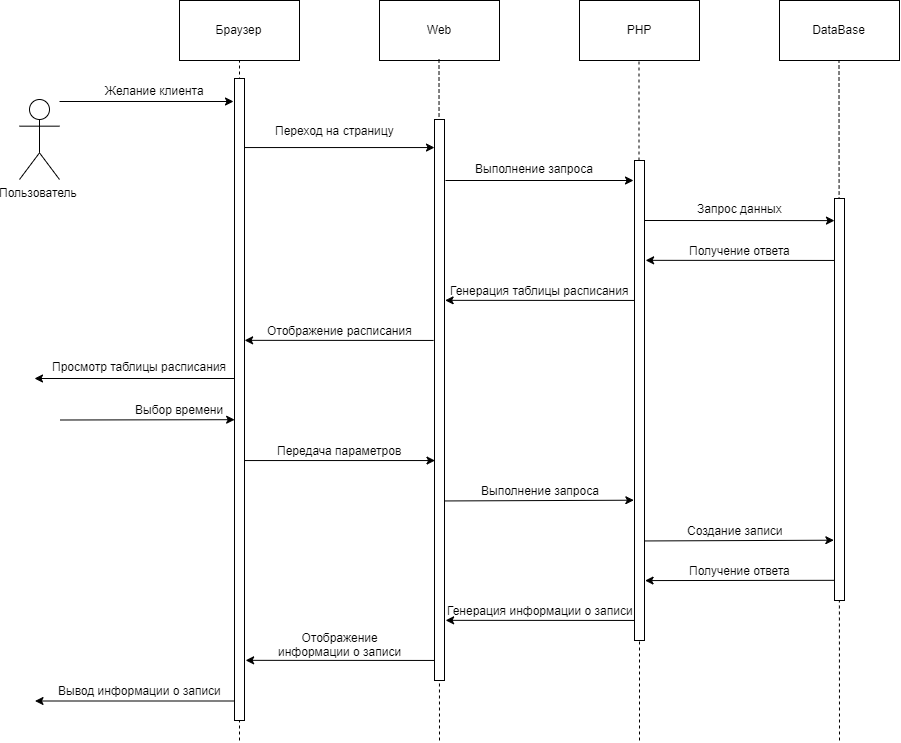
Earlier version of the draw.io export Диаграммы/Диаграмма последовательности записи.png (AntonRakov/vkr). Source tidied: cells renumbered, new cells last; positions are measured from the earlier drawing's top-left corner, leaving out a move shared by most shapes.
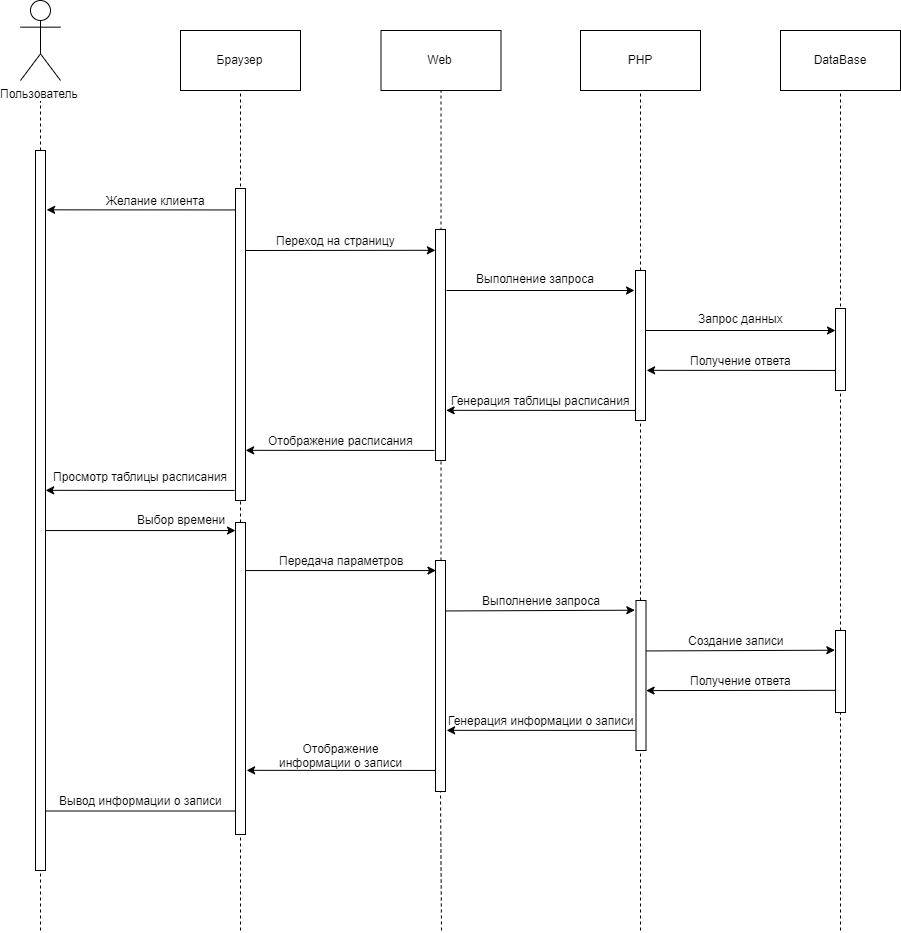
After the change.

What changed in the source:
```diff
@@ -2,33 +2,34 @@
   <root>
     <mxCell id="0" />
     <mxCell id="1" parent="0" />
+    <mxCell id="48" style="endArrow=none;dashed=1;html=1;" parent="1" edge="1">
+      <mxGeometry relative="1" as="geometry">
+        <mxPoint x="20" y="820" as="sourcePoint" />
+        <mxPoint x="20" y="-10" as="targetPoint" />
+      </mxGeometry>
+    </mxCell>
     <mxCell id="2" value="Пользователь" style="shape=umlActor;verticalLabelPosition=bottom;labelBackgroundColor=#ffffff;verticalAlign=top;html=1;" parent="1" vertex="1">
-      <mxGeometry y="99" width="40" height="80" as="geometry" />
+      <mxGeometry y="-110" width="40" height="80" as="geometry" />
     </mxCell>
     <mxCell id="3" value="Браузер" style="rounded=0;whiteSpace=wrap;html=1;" parent="1" vertex="1">
-      <mxGeometry x="160" width="120" height="60" as="geometry" />
+      <mxGeometry x="160" y="-80" width="120" height="60" as="geometry" />
     </mxCell>
     <mxCell id="4" value="PHP" style="rounded=0;whiteSpace=wrap;html=1;" parent="1" vertex="1">
-      <mxGeometry x="560" width="120" height="60" as="geometry" />
+      <mxGeometry x="560" y="-80" width="120" height="60" as="geometry" />
     </mxCell>
     <mxCell id="5" value="DataBase" style="rounded=0;whiteSpace=wrap;html=1;" parent="1" vertex="1">
-      <mxGeometry x="760" width="120" height="60" as="geometry" />
+      <mxGeometry x="760" y="-80" width="120" height="60" as="geometry" />
     </mxCell>
     <mxCell id="6" style="endArrow=none;dashed=1;html=1;entryX=0.5;entryY=1;entryDx=0;entryDy=0;" parent="1" edge="1" target="3">
       <mxGeometry relative="1" as="geometry">
-        <mxPoint x="220" y="740" as="sourcePoint" />
+        <mxPoint x="220" y="820" as="sourcePoint" />
       </mxGeometry>
     </mxCell>
-    <mxCell id="7" style="endArrow=none;dashed=1;html=1;entryX=0.5;entryY=1;entryDx=0;entryDy=0;" parent="1" edge="1" source="28">
-      <mxGeometry relative="1" as="geometry">
-        <mxPoint x="619.5" y="60" as="targetPoint" />
-      </mxGeometry>
+    <mxCell id="7" style="endArrow=none;dashed=1;html=1;entryX=0.5;entryY=1;entryDx=0;entryDy=0;" parent="1" edge="1" source="28" target="4">
+      <mxGeometry relative="1" as="geometry" />
     </mxCell>
-    <mxCell id="8" style="endArrow=none;dashed=1;html=1;entryX=0.5;entryY=1;entryDx=0;entryDy=0;" parent="1" edge="1">
-      <mxGeometry relative="1" as="geometry">
-        <mxPoint x="820" y="740" as="sourcePoint" />
-        <mxPoint x="819.5" y="60" as="targetPoint" />
-      </mxGeometry>
+    <mxCell id="8" style="endArrow=none;dashed=1;html=1;entryX=0.5;entryY=1;entryDx=0;entryDy=0;" parent="1" edge="1" source="57" target="5">
+      <mxGeometry relative="1" as="geometry" />
     </mxCell>
     <mxCell id="9" value="Желание клиента" style="text;html=1;align=center;verticalAlign=middle;" parent="1" vertex="1">
       <mxGeometry x="80" y="80" width="110" height="20" as="geometry" />
@@ -54,44 +55,25 @@
     <mxCell id="16" value="Создание записи" style="text;html=1;align=center;verticalAlign=middle;" parent="1" vertex="1">
       <mxGeometry x="660.5" y="520" width="110" height="20" as="geometry" />
     </mxCell>
-    <mxCell id="17" style="edgeStyle=orthogonalEdgeStyle;rounded=0;orthogonalLoop=1;jettySize=auto;html=1;endArrow=none;endFill=0;startArrow=classic;startFill=1;" parent="1" edge="1">
-      <mxGeometry relative="1" as="geometry">
-        <mxPoint x="15" y="378" as="sourcePoint" />
-        <mxPoint x="215" y="378" as="targetPoint" />
-      </mxGeometry>
-    </mxCell>
     <mxCell id="18" value="Просмотр таблицы расписания" style="text;html=1;align=center;verticalAlign=middle;" parent="1" vertex="1">
       <mxGeometry x="25" y="356" width="190" height="20" as="geometry" />
     </mxCell>
     <mxCell id="19" style="html=1;points=[];perimeter=orthogonalPerimeter;" parent="1" vertex="1">
-      <mxGeometry x="215" y="78" width="10" height="642" as="geometry" />
+      <mxGeometry x="215" y="78" width="10" height="312" as="geometry" />
     </mxCell>
-    <mxCell id="20" style="endArrow=classic;html=1;entryX=-0.036;entryY=0.545;entryDx=0;entryDy=0;entryPerimeter=0;" parent="1" edge="1">
-      <mxGeometry relative="1" as="geometry">
-        <mxPoint x="40.5" y="419.5" as="sourcePoint" />
-        <mxPoint x="215.1" y="419.2" as="targetPoint" />
-      </mxGeometry>
-    </mxCell>
-    <mxCell id="21" style="endArrow=classic;html=1;" parent="1" edge="1">
-      <mxGeometry relative="1" as="geometry">
-        <mxPoint x="40" y="101" as="sourcePoint" />
-        <mxPoint x="214" y="101" as="targetPoint" />
-      </mxGeometry>
-    </mxCell>
     <mxCell id="22" value="Web" style="rounded=0;whiteSpace=wrap;html=1;" parent="1" vertex="1">
-      <mxGeometry x="360" width="120" height="60" as="geometry" />
+      <mxGeometry x="360.5" y="-80" width="120" height="60" as="geometry" />
     </mxCell>
-    <mxCell id="23" style="endArrow=none;dashed=1;html=1;entryX=0.5;entryY=1;entryDx=0;entryDy=0;" parent="1" edge="1">
-      <mxGeometry relative="1" as="geometry">
-        <mxPoint x="420" y="740" as="sourcePoint" />
-        <mxPoint x="419.5" y="59" as="targetPoint" />
-      </mxGeometry>
+    <mxCell id="23" style="endArrow=none;dashed=1;html=1;entryX=0.5;entryY=1;entryDx=0;entryDy=0;" parent="1" edge="1" source="54" target="22">
+      <mxGeometry relative="1" as="geometry" />
     </mxCell>
     <mxCell id="24" style="html=1;points=[];perimeter=orthogonalPerimeter;" parent="1" vertex="1">
-      <mxGeometry x="415" y="119" width="10" height="561" as="geometry" />
+      <mxGeometry x="415" y="119" width="10" height="231" as="geometry" />
     </mxCell>
-    <mxCell id="25" style="endArrow=classic;html=1;entryX=0;entryY=0.05;entryDx=0;entryDy=0;entryPerimeter=0;exitX=1.013;exitY=0.127;exitDx=0;exitDy=0;exitPerimeter=0;" parent="1" edge="1" source="19" target="24">
-      <mxGeometry relative="1" as="geometry" />
+    <mxCell id="25" style="endArrow=classic;html=1;entryX=-0.012;entryY=0.09;entryDx=0;entryDy=0;entryPerimeter=0;" parent="1" edge="1" target="24">
+      <mxGeometry relative="1" as="geometry">
+        <mxPoint x="225" y="140" as="sourcePoint" />
+      </mxGeometry>
     </mxCell>
     <mxCell id="26" value="Переход на страницу" style="text;html=1;align=center;verticalAlign=middle;" parent="1" vertex="1">
       <mxGeometry x="250" y="120" width="130" height="20" as="geometry" />
@@ -103,15 +85,15 @@
       </mxGeometry>
     </mxCell>
     <mxCell id="28" style="html=1;points=[];perimeter=orthogonalPerimeter;" parent="1" vertex="1">
-      <mxGeometry x="615" y="160" width="10" height="480" as="geometry" />
+      <mxGeometry x="615" y="160" width="10" height="150" as="geometry" />
     </mxCell>
     <mxCell id="29" style="endArrow=none;dashed=1;html=1;entryX=0.5;entryY=1;entryDx=0;entryDy=0;" parent="1" edge="1" target="28">
       <mxGeometry relative="1" as="geometry">
-        <mxPoint x="620" y="740" as="sourcePoint" />
+        <mxPoint x="620" y="820" as="sourcePoint" />
       </mxGeometry>
     </mxCell>
     <mxCell id="30" style="html=1;points=[];perimeter=orthogonalPerimeter;" parent="1" vertex="1">
-      <mxGeometry x="815" y="198" width="10" height="402" as="geometry" />
+      <mxGeometry x="815" y="198" width="10" height="82" as="geometry" />
     </mxCell>
     <mxCell id="31" style="endArrow=classic;html=1;entryX=1.062;entryY=0.312;entryDx=0;entryDy=0;entryPerimeter=0;exitX=-0.042;exitY=0.256;exitDx=0;exitDy=0;exitPerimeter=0;" parent="1" edge="1">
       <mxGeometry relative="1" as="geometry">
@@ -158,9 +140,10 @@
         <mxPoint x="625.6" y="580.1" as="targetPoint" />
       </mxGeometry>
     </mxCell>
-    <mxCell id="40" style="endArrow=classic;html=1;entryX=-0.002;entryY=0.055;entryDx=0;entryDy=0;entryPerimeter=0;" parent="1" edge="1" target="30">
+    <mxCell id="40" style="endArrow=classic;html=1;" parent="1" edge="1">
       <mxGeometry relative="1" as="geometry">
         <mxPoint x="625" y="220" as="sourcePoint" />
+        <mxPoint x="815" y="220" as="targetPoint" />
       </mxGeometry>
     </mxCell>
     <mxCell id="41" style="endArrow=classic;html=1;entryX=1.062;entryY=0.312;entryDx=0;entryDy=0;entryPerimeter=0;exitX=-0.042;exitY=0.256;exitDx=0;exitDy=0;exitPerimeter=0;" parent="1" edge="1">
@@ -196,5 +179,48 @@
     <mxCell id="47" value="Вывод информации о записи" style="text;html=1;align=center;verticalAlign=middle;" parent="1" vertex="1">
       <mxGeometry x="30.5" y="680" width="180" height="20" as="geometry" />
     </mxCell>
+    <mxCell id="49" style="endArrow=classic;html=1;entryX=1.062;entryY=0.312;entryDx=0;entryDy=0;entryPerimeter=0;exitX=-0.042;exitY=0.256;exitDx=0;exitDy=0;exitPerimeter=0;" parent="1" edge="1">
+      <mxGeometry relative="1" as="geometry">
+        <mxPoint x="214.1" y="380" as="sourcePoint" />
+        <mxPoint x="25.1" y="379.8" as="targetPoint" />
+      </mxGeometry>
+    </mxCell>
+    <mxCell id="50" style="endArrow=classic;html=1;entryX=0;entryY=0.05;entryDx=0;entryDy=0;entryPerimeter=0;exitX=1.013;exitY=0.127;exitDx=0;exitDy=0;exitPerimeter=0;" parent="1" edge="1">
+      <mxGeometry relative="1" as="geometry">
+        <mxPoint x="25" y="420" as="sourcePoint" />
+        <mxPoint x="215" y="420" as="targetPoint" />
+      </mxGeometry>
+    </mxCell>
+    <mxCell id="51" style="endArrow=classic;html=1;entryX=1.062;entryY=0.312;entryDx=0;entryDy=0;entryPerimeter=0;exitX=-0.042;exitY=0.256;exitDx=0;exitDy=0;exitPerimeter=0;" parent="1" edge="1">
+      <mxGeometry relative="1" as="geometry">
+        <mxPoint x="215.1" y="99.5" as="sourcePoint" />
+        <mxPoint x="26.1" y="99.3" as="targetPoint" />
+      </mxGeometry>
+    </mxCell>
+    <mxCell id="52" style="html=1;perimeter=orthogonalPerimeter;" parent="1" vertex="1">
+      <mxGeometry x="15" y="40" width="10" height="720" as="geometry" />
+    </mxCell>
+    <mxCell id="53" style="html=1;perimeter=orthogonalPerimeter;" parent="1" vertex="1">
+      <mxGeometry x="215" y="412" width="10" height="312" as="geometry" />
+    </mxCell>
+    <mxCell id="54" style="html=1;points=[];perimeter=orthogonalPerimeter;" parent="1" vertex="1">
+      <mxGeometry x="415" y="450" width="10" height="231" as="geometry" />
+    </mxCell>
+    <mxCell id="55" style="endArrow=none;dashed=1;html=1;entryX=0.5;entryY=1;entryDx=0;entryDy=0;" parent="1" edge="1" target="54">
+      <mxGeometry relative="1" as="geometry">
+        <mxPoint x="421" y="820" as="sourcePoint" />
+      </mxGeometry>
+    </mxCell>
+    <mxCell id="56" style="html=1;perimeter=orthogonalPerimeter;" parent="1" vertex="1">
+      <mxGeometry x="615.5" y="490" width="10" height="150" as="geometry" />
+    </mxCell>
+    <mxCell id="57" style="html=1;points=[];perimeter=orthogonalPerimeter;" parent="1" vertex="1">
+      <mxGeometry x="815" y="520" width="10" height="82" as="geometry" />
+    </mxCell>
+    <mxCell id="58" style="endArrow=none;dashed=1;html=1;entryX=0.5;entryY=1;entryDx=0;entryDy=0;" parent="1" edge="1" target="57">
+      <mxGeometry relative="1" as="geometry">
+        <mxPoint x="820" y="820" as="sourcePoint" />
+      </mxGeometry>
+    </mxCell>
   </root>
 </mxGraphModel>
```
